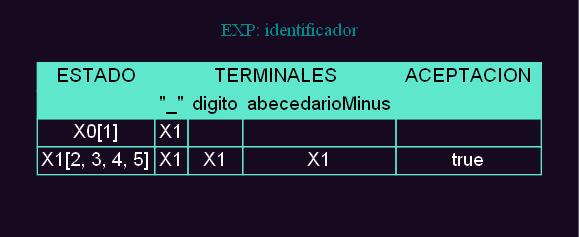
The Graphviz diagram ExRegan1/REPORTES/TRANSICIONES_202100953/Tabla_transiciones_identificador.png in Damaris-Muralles/OLC_ExRegan, before a commit. Its source is kept beside it as ExRegan1/REPORTES/TRANSICIONES_202100953/Tabla_transiciones_identificador.dot.
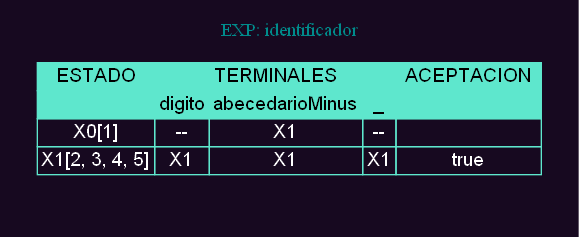
Above is the later version.

Diff of the diagram source:
```diff
@@ -17,16 +17,16 @@
                     </tr>
                     <tr>
                     <td  align="center" bgcolor="#5ee7cd"><font color="black">  </font></td>
-                    <td  align="center" bgcolor="#5ee7cd"><font color="black">"_"</font></td>
                     <td  align="center" bgcolor="#5ee7cd"><font color="black">digito</font></td>
                     <td  align="center" bgcolor="#5ee7cd"><font color="black">abecedarioMinus</font></td>
+                    <td  align="center" bgcolor="#5ee7cd"><font color="black">_</font></td>
                     <td  align="center" bgcolor="#5ee7cd"><font color="black">  </font></td>
                     </tr>
 <tr>
                     <td><font color="white" align="center">X0[1]</font></td>
+                    <td align="center"><font color="white"> -- </font></td>
                     <td align="center"><font color="white">X1</font></td>
-                    <td align="center"><font color="white"> </font></td>
-                    <td align="center"><font color="white"> </font></td>
+                    <td align="center"><font color="white"> -- </font></td>
                     <td ><font color="white" align="center"> </font></td>
                     </tr><tr>
                     <td><font color="white" align="center">X1[2, 3, 4, 5]</font></td>
```
